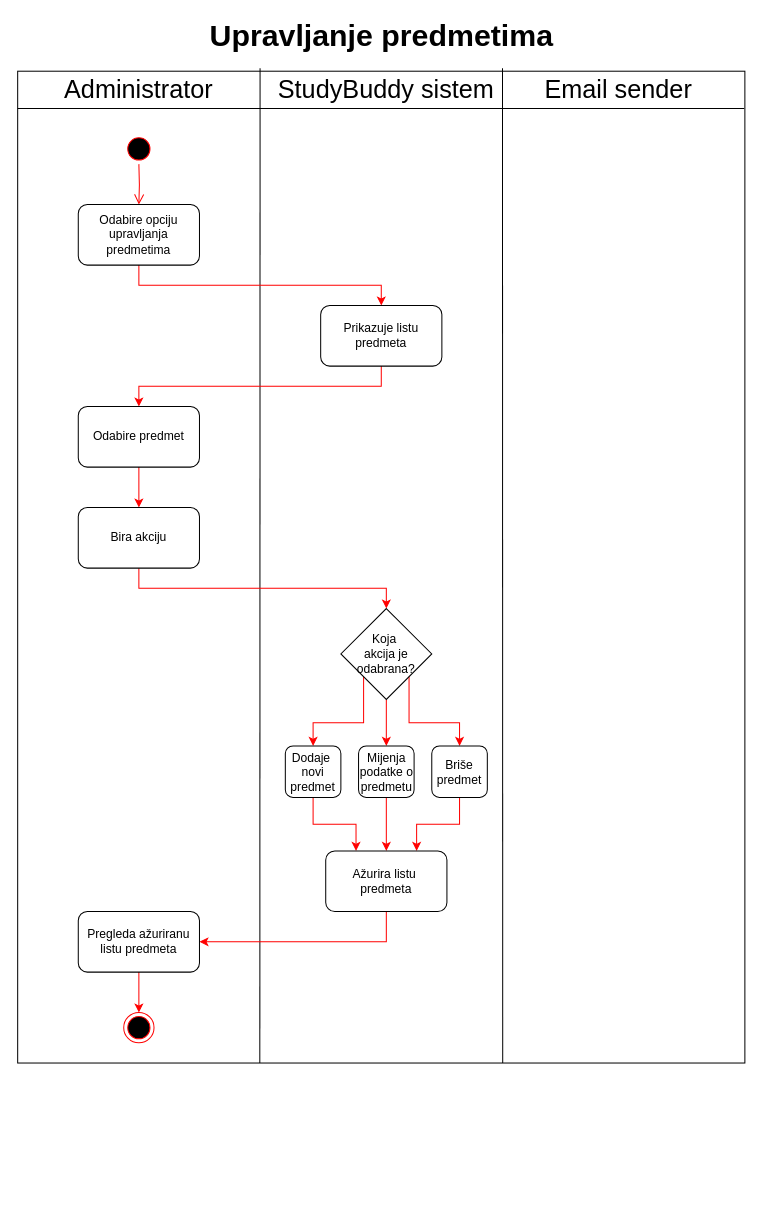
This is activity dijagrami/raw/Activity_upravljanje_predmetima.drawio from ooad-2025-26/Grupa8-Tim3, a draw.io file, before an edit. Source tidied: cells renumbered, new cells numbered last; positions are measured from the earlier drawing's top-left corner, leaving out a move shared by most shapes. Both pictures are drawn from the tidied source at 101%, with x=0, y=0 at pixel (17, 22).
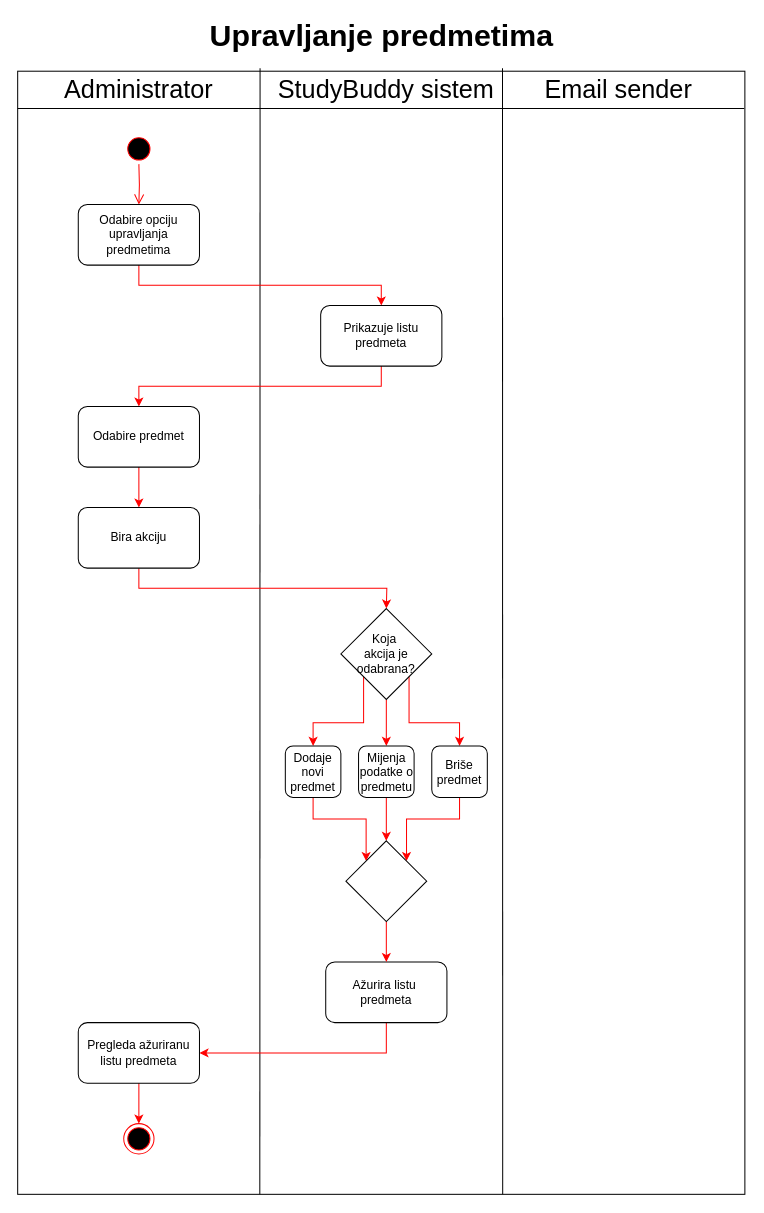
The same diagram, later.

Commit message (it also covers changes not shown here):
activity dijagrami - t3

The change refers to these unchanged cells:
```xml
<mxCell id="22" value="Bira akciju" style="rounded=1;whiteSpace=wrap;html=1;fillColor=none;strokeColor=light-dark(#000000,#000000);" parent="1" vertex="1">
  <mxGeometry x="60" y="480" width="120" height="60" as="geometry" />
</mxCell>
<mxCell id="26" value="Koja&amp;nbsp;&lt;div&gt;akcija&amp;nbsp;&lt;span style=&quot;background-color: transparent; color: light-dark(rgb(0, 0, 0), rgb(255, 255, 255));&quot;&gt;je odabrana?&lt;/span&gt;&lt;/div&gt;" style="rhombus;whiteSpace=wrap;html=1;fillColor=none;" parent="1" vertex="1">
  <mxGeometry x="320" y="580" width="90" height="90" as="geometry" />
</mxCell>
<mxCell id="32" value="Briše predmet" style="rounded=1;whiteSpace=wrap;html=1;fillColor=none;" parent="1" vertex="1">
  <mxGeometry x="410" y="716" width="55" height="51" as="geometry" />
</mxCell>
```

Change to the diagram source:
```diff
@@
     <mxCell id="2" style="rounded=0;whiteSpace=wrap;html=1;fillColor=none;" parent="1" vertex="1">
-      <mxGeometry y="48" width="720" height="982" as="geometry" />
+      <mxGeometry y="48" width="720" height="1112" as="geometry" />
     </mxCell>
@@
     <mxCell id="19" style="ellipse;html=1;shape=endState;fillColor=#000000;strokeColor=#ff0000;" parent="1" vertex="1">
-      <mxGeometry x="105" y="980" width="30" height="30" as="geometry" />
+      <mxGeometry x="105" y="1090" width="30" height="30" as="geometry" />
     </mxCell>
     <mxCell id="20" style="rounded=0;jettySize=auto;html=1;exitX=0.5;exitY=1;exitDx=0;exitDy=0;entryX=0.5;entryY=0;entryDx=0;entryDy=0;strokeColor=#FF0000;fontColor=#FF0000;" parent="1" edge="1" target="19">
       <mxGeometry relative="1" as="geometry">
-        <mxPoint x="120" y="940" as="sourcePoint" />
+        <mxPoint x="120" y="1050" as="sourcePoint" />
       </mxGeometry>
     </mxCell>
-    <mxCell id="21" style="edgeStyle=orthogonalEdgeStyle;rounded=0;jettySize=auto;html=1;exitX=0.5;exitY=1;exitDx=0;exitDy=0;entryX=0.5;entryY=0;entryDx=0;entryDy=0;strokeColor=#FF0000;" parent="1" edge="1" source="22" target="26">
-      <mxGeometry relative="1" as="geometry" />
+    <mxCell id="21" style="edgeStyle=orthogonalEdgeStyle;rounded=0;jettySize=auto;html=1;exitX=0.5;exitY=1;exitDx=0;exitDy=0;entryX=0.5;entryY=0;entryDx=0;entryDy=0;strokeColor=#FF0000;" parent="1" edge="1" source="22">
+      <mxGeometry relative="1" as="geometry">
+        <mxPoint x="365" y="580" as="targetPoint" />
+      </mxGeometry>
     </mxCell>
@@
+    <mxCell id="33" value="Ažurira listu&amp;nbsp;&lt;div&gt;predmeta&lt;/div&gt;" style="rounded=1;whiteSpace=wrap;html=1;fillColor=none;strokeColor=light-dark(#000000,#000000);" parent="1" vertex="1">
+      <mxGeometry x="305" y="930" width="120" height="60" as="geometry" />
+    </mxCell>
+    <mxCell id="34" value="Pregleda ažuriranu listu predmeta" style="rounded=1;whiteSpace=wrap;html=1;fillColor=none;strokeColor=light-dark(#000000,#000000);" parent="1" vertex="1">
+      <mxGeometry x="60" y="990" width="120" height="60" as="geometry" />
+    </mxCell>
@@
-    <mxCell id="27" style="edgeStyle=orthogonalEdgeStyle;rounded=0;jettySize=auto;html=1;exitX=0.5;exitY=1;exitDx=0;exitDy=0;entryX=0.25;entryY=0;entryDx=0;entryDy=0;strokeColor=#FF0000;" parent="1" edge="1" source="28" target="33">
-      <mxGeometry relative="1" as="geometry" />
-    </mxCell>
+    <mxCell id="35" style="edgeStyle=orthogonalEdgeStyle;rounded=0;jettySize=auto;html=1;exitX=0.5;exitY=1;exitDx=0;exitDy=0;strokeColor=#FF0000;entryX=0;entryY=0;entryDx=0;entryDy=0;" parent="1" edge="1" source="28" target="39">
+      <mxGeometry relative="1" as="geometry" />
+    </mxCell>
-    <mxCell id="28" value="Dodaje&amp;nbsp;&lt;div&gt;novi&lt;/div&gt;&lt;div&gt;predmet&lt;/div&gt;" style="rounded=1;whiteSpace=wrap;html=1;fillColor=none;" parent="1" vertex="1">
+    <mxCell id="28" value="Dodaje novi predmet" style="rounded=1;whiteSpace=wrap;html=1;fillColor=none;" parent="1" vertex="1">
       <mxGeometry x="265" y="716" width="55" height="51" as="geometry" />
     </mxCell>
-    <mxCell id="29" style="edgeStyle=orthogonalEdgeStyle;rounded=0;jettySize=auto;html=1;exitX=0.5;exitY=1;exitDx=0;exitDy=0;entryX=0.5;entryY=0;entryDx=0;entryDy=0;strokeColor=#FF0000;" parent="1" edge="1" source="30" target="33">
-      <mxGeometry relative="1" as="geometry" />
-    </mxCell>
+    <mxCell id="36" style="edgeStyle=orthogonalEdgeStyle;rounded=0;jettySize=auto;html=1;exitX=0.5;exitY=1;exitDx=0;exitDy=0;strokeColor=#FF0000;entryX=0.5;entryY=0;entryDx=0;entryDy=0;entryPerimeter=0;" parent="1" edge="1" source="30" target="39">
+      <mxGeometry relative="1" as="geometry" />
+    </mxCell>
-    <mxCell id="30" value="Mijenja&lt;div&gt;podatke o predmetu&lt;/div&gt;" style="rounded=1;whiteSpace=wrap;html=1;fillColor=none;" parent="1" vertex="1">
+    <mxCell id="30" value="Mijenja podatke o predmetu" style="rounded=1;whiteSpace=wrap;html=1;fillColor=none;" parent="1" vertex="1">
       <mxGeometry x="337.5" y="716" width="55" height="51" as="geometry" />
     </mxCell>
-    <mxCell id="31" style="edgeStyle=orthogonalEdgeStyle;rounded=0;jettySize=auto;html=1;exitX=0.5;exitY=1;exitDx=0;exitDy=0;entryX=0.75;entryY=0;entryDx=0;entryDy=0;strokeColor=#FF0000;" parent="1" edge="1" source="32" target="33">
-      <mxGeometry relative="1" as="geometry" />
-    </mxCell>
+    <mxCell id="37" style="edgeStyle=orthogonalEdgeStyle;rounded=0;jettySize=auto;html=1;exitX=0.5;exitY=1;exitDx=0;exitDy=0;strokeColor=#FF0000;entryX=1;entryY=0;entryDx=0;entryDy=0;" parent="1" edge="1" source="32" target="39">
+      <mxGeometry relative="1" as="geometry" />
+    </mxCell>
@@
-    <mxCell id="33" value="Ažurira listu&amp;nbsp;&lt;div&gt;predmeta&lt;/div&gt;" style="rounded=1;whiteSpace=wrap;html=1;fillColor=none;strokeColor=light-dark(#000000,#000000);" parent="1" vertex="1">
-      <mxGeometry x="305" y="820" width="120" height="60" as="geometry" />
-    </mxCell>
-    <mxCell id="34" value="Pregleda ažuriranu listu predmeta" style="rounded=1;whiteSpace=wrap;html=1;fillColor=none;strokeColor=light-dark(#000000,#000000);" parent="1" vertex="1">
-      <mxGeometry x="60" y="880" width="120" height="60" as="geometry" />
-    </mxCell>
+    <mxCell id="38" style="edgeStyle=orthogonalEdgeStyle;rounded=0;jettySize=auto;html=1;exitX=0.5;exitY=1;exitDx=0;exitDy=0;entryX=0.5;entryY=0;entryDx=0;entryDy=0;strokeColor=#FF0000;" parent="1" edge="1" source="39">
+      <mxGeometry relative="1" as="geometry">
+        <mxPoint x="365" y="930" as="targetPoint" />
+      </mxGeometry>
+    </mxCell>
+    <mxCell id="39" style="rhombus;whiteSpace=wrap;html=1;fillColor=none;" parent="1" vertex="1">
+      <mxGeometry x="325" y="810" width="80" height="80" as="geometry" />
+    </mxCell>
```
